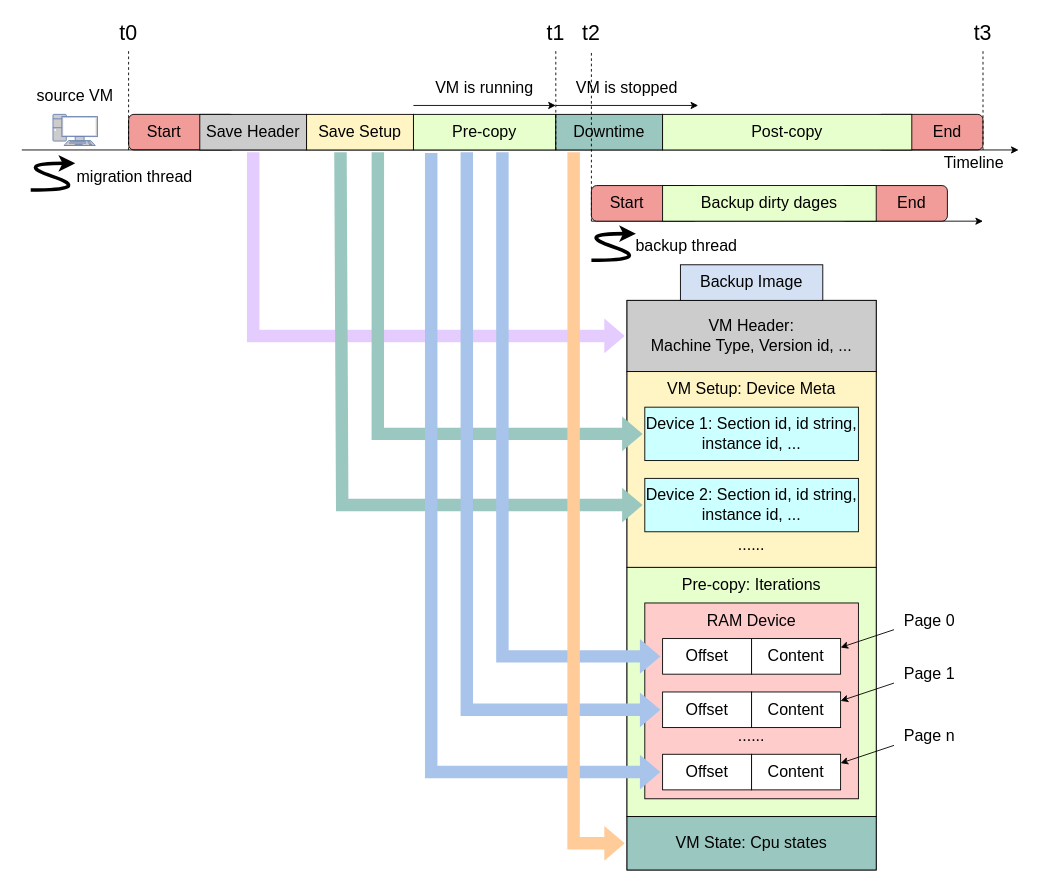
Above: qemu-migration/final/backup img + replay.drawio in xuyizhe1999/drawio (draw.io), before the change. Source tidied: cells renumbered, new cells numbered last; positions are measured from the earlier drawing's top-left corner, leaving out a move shared by most shapes. Both pictures are drawn from the tidied source at 89%, with x=0, y=0 at pixel (12, 15).
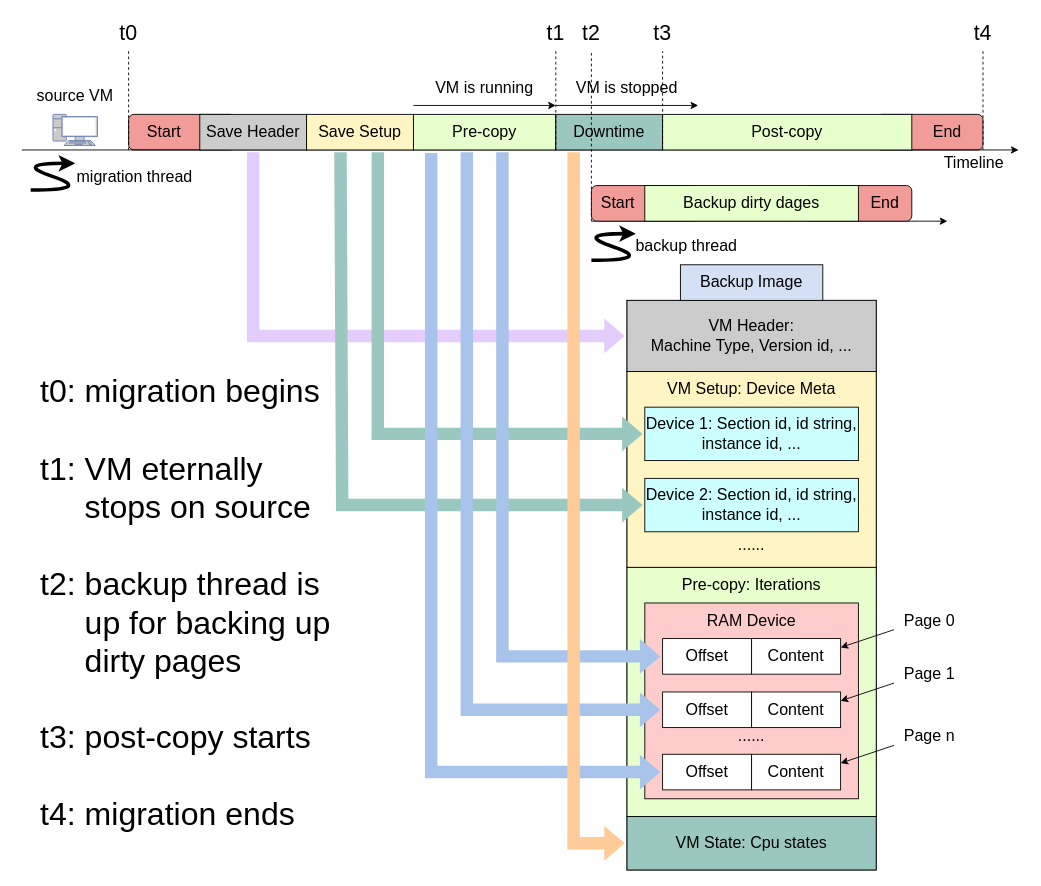
The same page after the edit.

Change to the diagram source:
```diff
@@
     <mxCell id="48" style="endArrow=classic;html=1;rounded=0;" parent="1" edge="1">
       <mxGeometry relative="1" as="geometry">
         <mxPoint x="650" y="231" as="sourcePoint" />
-        <mxPoint x="1090" y="231" as="targetPoint" />
+        <mxPoint x="1050" y="231" as="targetPoint" />
       </mxGeometry>
     </mxCell>
@@
     <mxCell id="52" value="&lt;font style=&quot;font-size: 18px;&quot;&gt;Start&lt;/font&gt;" style="text;html=1;strokeColor=none;fillColor=none;align=center;verticalAlign=middle;whiteSpace=wrap;rounded=0;" parent="1" vertex="1">
-      <mxGeometry x="660" y="196" width="60" height="30" as="geometry" />
+      <mxGeometry x="650" y="196" width="60" height="30" as="geometry" />
     </mxCell>
     <mxCell id="53" style="rounded=1;whiteSpace=wrap;html=1;fontSize=18;fillColor=#F19C99;" parent="1" vertex="1">
-      <mxGeometry x="930" y="191" width="120" height="40" as="geometry" />
+      <mxGeometry x="890" y="191" width="120" height="40" as="geometry" />
     </mxCell>
     <mxCell id="54" value="&lt;font style=&quot;font-size: 18px;&quot;&gt;End&lt;/font&gt;" style="text;html=1;strokeColor=none;fillColor=none;align=center;verticalAlign=middle;whiteSpace=wrap;rounded=0;" parent="1" vertex="1">
-      <mxGeometry x="980" y="196" width="60" height="30" as="geometry" />
+      <mxGeometry x="950" y="196" width="60" height="30" as="geometry" />
     </mxCell>
     <mxCell id="55" value="Backup dirty dages" style="rounded=0;whiteSpace=wrap;html=1;fontSize=18;fillColor=#E6FFCC;" parent="1" vertex="1">
-      <mxGeometry x="730" y="191" width="240" height="40" as="geometry" />
+      <mxGeometry x="710" y="191" width="240" height="40" as="geometry" />
     </mxCell>
@@
     <mxCell id="68" value="&lt;span style=&quot;font-size: 24px;&quot;&gt;t3&lt;/span&gt;" style="text;html=1;strokeColor=none;fillColor=none;align=center;verticalAlign=middle;whiteSpace=wrap;rounded=0;" parent="1" vertex="1">
-      <mxGeometry x="1070" width="40" height="40" as="geometry" />
+      <mxGeometry x="710" width="40" height="40" as="geometry" />
     </mxCell>
@@
+    <mxCell id="70" value="&lt;div style=&quot;text-align: left;&quot;&gt;&lt;font style=&quot;font-size: 36px;&quot;&gt;t0: migration begins&lt;/font&gt;&lt;/div&gt;&lt;div style=&quot;text-align: left;&quot;&gt;&lt;font style=&quot;font-size: 36px;&quot;&gt;&lt;br&gt;&lt;/font&gt;&lt;/div&gt;&lt;div style=&quot;text-align: left;&quot;&gt;&lt;font style=&quot;font-size: 36px;&quot;&gt;&lt;div style=&quot;&quot;&gt;t1: VM eternally&amp;nbsp; &amp;nbsp; &amp;nbsp; &amp;nbsp; &amp;nbsp; &amp;nbsp; &amp;nbsp;stops on source&lt;/div&gt;&lt;div style=&quot;&quot;&gt;&lt;br&gt;&lt;/div&gt;&lt;div style=&quot;&quot;&gt;t2: backup thread is&amp;nbsp; &amp;nbsp; &amp;nbsp; &amp;nbsp;up for backing up&amp;nbsp; &amp;nbsp; &amp;nbsp; &amp;nbsp;dirty pages&lt;/div&gt;&lt;div style=&quot;&quot;&gt;&lt;br&gt;&lt;/div&gt;&lt;div style=&quot;&quot;&gt;t3: post-copy starts&lt;/div&gt;&lt;div style=&quot;&quot;&gt;&lt;br&gt;&lt;/div&gt;&lt;div style=&quot;&quot;&gt;t4: migration ends&lt;/div&gt;&lt;/font&gt;&lt;/div&gt;" style="text;html=1;strokeColor=none;fillColor=none;align=center;verticalAlign=middle;whiteSpace=wrap;rounded=0;" parent="1" vertex="1">
+      <mxGeometry x="30" y="400" width="340" height="520" as="geometry" />
+    </mxCell>
+    <mxCell id="71" style="endArrow=none;html=1;rounded=0;dashed=1;" parent="1" edge="1">
+      <mxGeometry relative="1" as="geometry">
+        <mxPoint x="730" y="150" as="sourcePoint" />
+        <mxPoint x="730" y="40" as="targetPoint" />
+      </mxGeometry>
+    </mxCell>
+    <mxCell id="72" value="&lt;span style=&quot;font-size: 24px;&quot;&gt;t4&lt;/span&gt;" style="text;html=1;strokeColor=none;fillColor=none;align=center;verticalAlign=middle;whiteSpace=wrap;rounded=0;" parent="1" vertex="1">
+      <mxGeometry x="1070" width="40" height="40" as="geometry" />
+    </mxCell>
```
